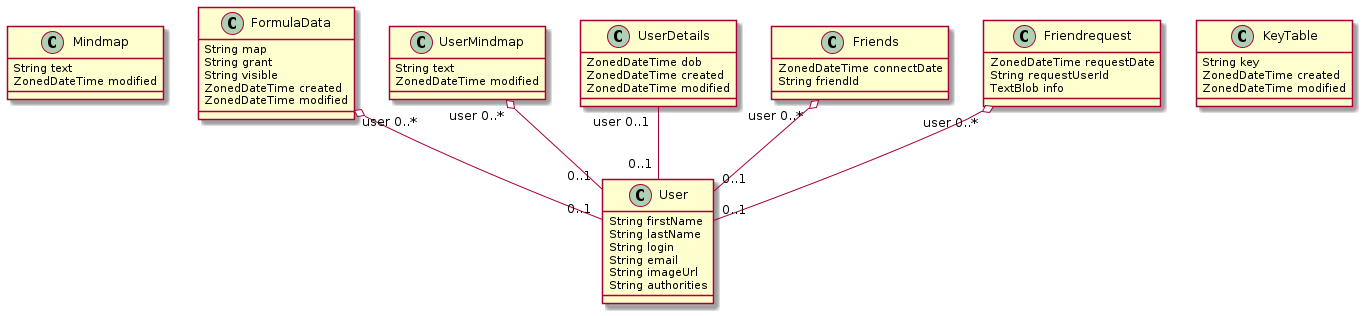
This is createyourhumanity.png from createyourevent/createyourhumanity-angular, a PlantUML export, as it was before one commit.
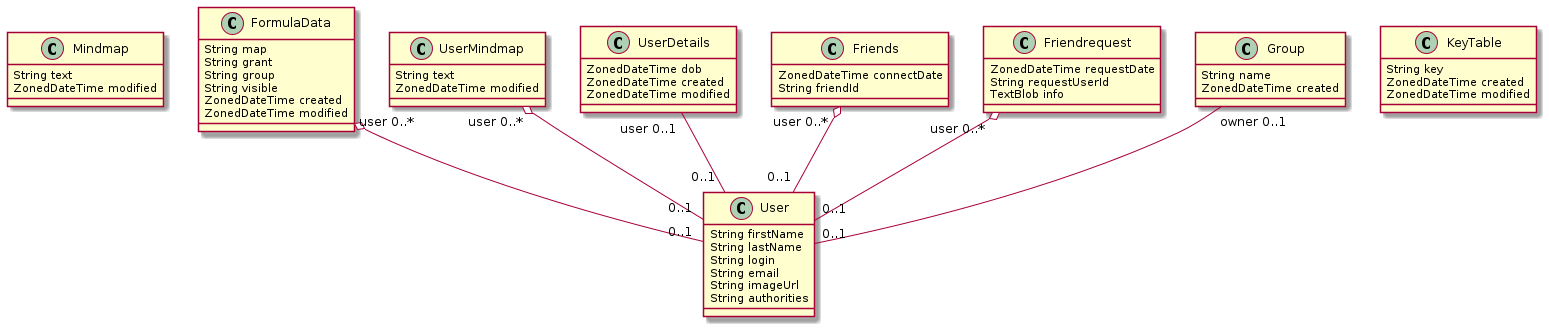
After the change.

The edit, as a diff of the source:
```diff
@@ -7,6 +7,7 @@
 	class FormulaData  {
 		String map
 		String grant
+		String group
 		String visible
 		ZonedDateTime created
 		ZonedDateTime modified
@@ -34,7 +35,12 @@
 		String requestUserId
 		TextBlob info
 	}
+	class Group  {
+		String name
+		ZonedDateTime created
+	}
 	UserDetails  "user 0..1 " -- "0..1 "  User
+	Group  "owner 0..1 " -- "0..1 "  User
 	FormulaData  "user 0..* " o-- "0..1 "  User
 	UserMindmap  "user 0..* " o-- "0..1 "  User
 	Friends  "user 0..* " o-- "0..1 "  User
```
